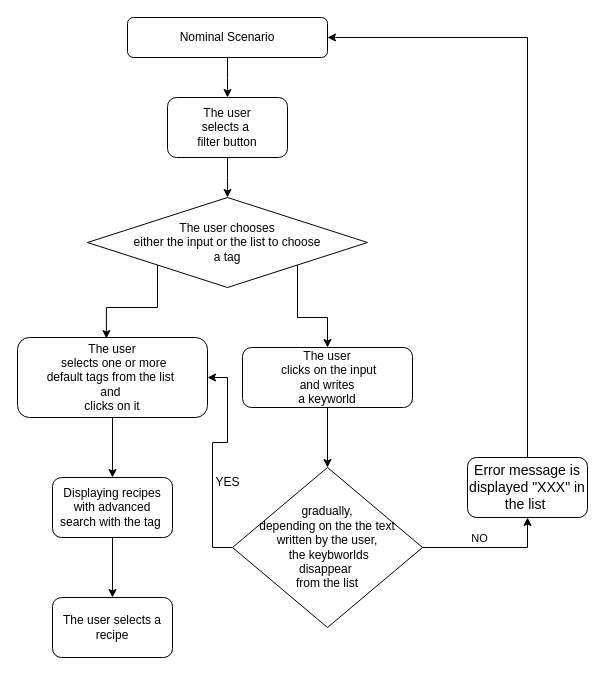
Before: RecipeSearchByButtonFilterDiagram.drawio in Tigershark936/Les_petits_plats_D-veloppez_un_algorithme_de_recherche_en_JavaScript, a draw.io diagram. Source tidied: cells renumbered, new cells numbered last; positions are measured from the earlier drawing's top-left corner, leaving out a move shared by most shapes. Both pictures are drawn from the tidied source at 100%, with x=0, y=0 at pixel (17, 17).
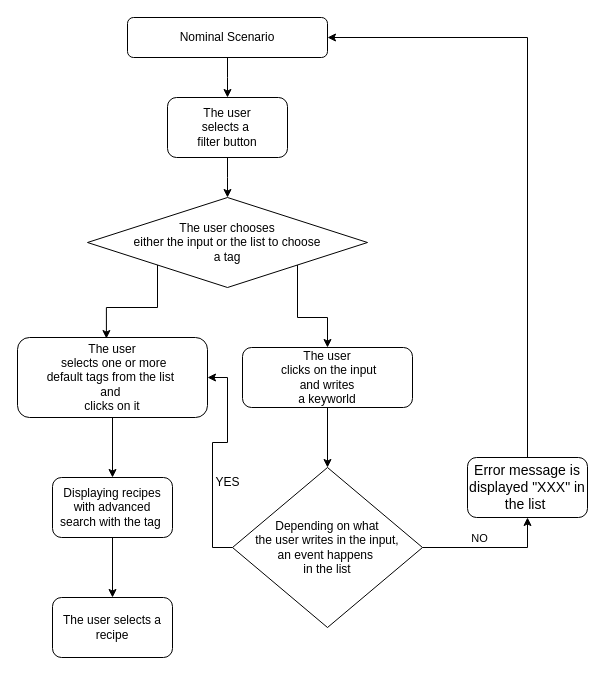
The same page after the edit.

The edit, as a diff of the source:
```diff
@@
-    <mxCell id="17" value="gradually,&lt;div&gt;&amp;nbsp;depending on the the text&amp;nbsp;&lt;/div&gt;&lt;div&gt;written by the user,&lt;/div&gt;&lt;div&gt;&amp;nbsp;the keybworlds&lt;div&gt;disappear&amp;nbsp;&lt;/div&gt;&lt;div&gt;from the list&lt;/div&gt;&lt;/div&gt;" style="rhombus;whiteSpace=wrap;html=1;" parent="1" vertex="1">
+    <mxCell id="17" value="Depending on what&lt;div&gt;&amp;nbsp;the user writes in the input,&amp;nbsp;&lt;/div&gt;&lt;div&gt;an event happens&amp;nbsp;&lt;/div&gt;&lt;div&gt;in the list&lt;/div&gt;" style="rhombus;whiteSpace=wrap;html=1;" parent="1" vertex="1">
       <mxGeometry x="215" y="450" width="190" height="160" as="geometry" />
     </mxCell>
```
